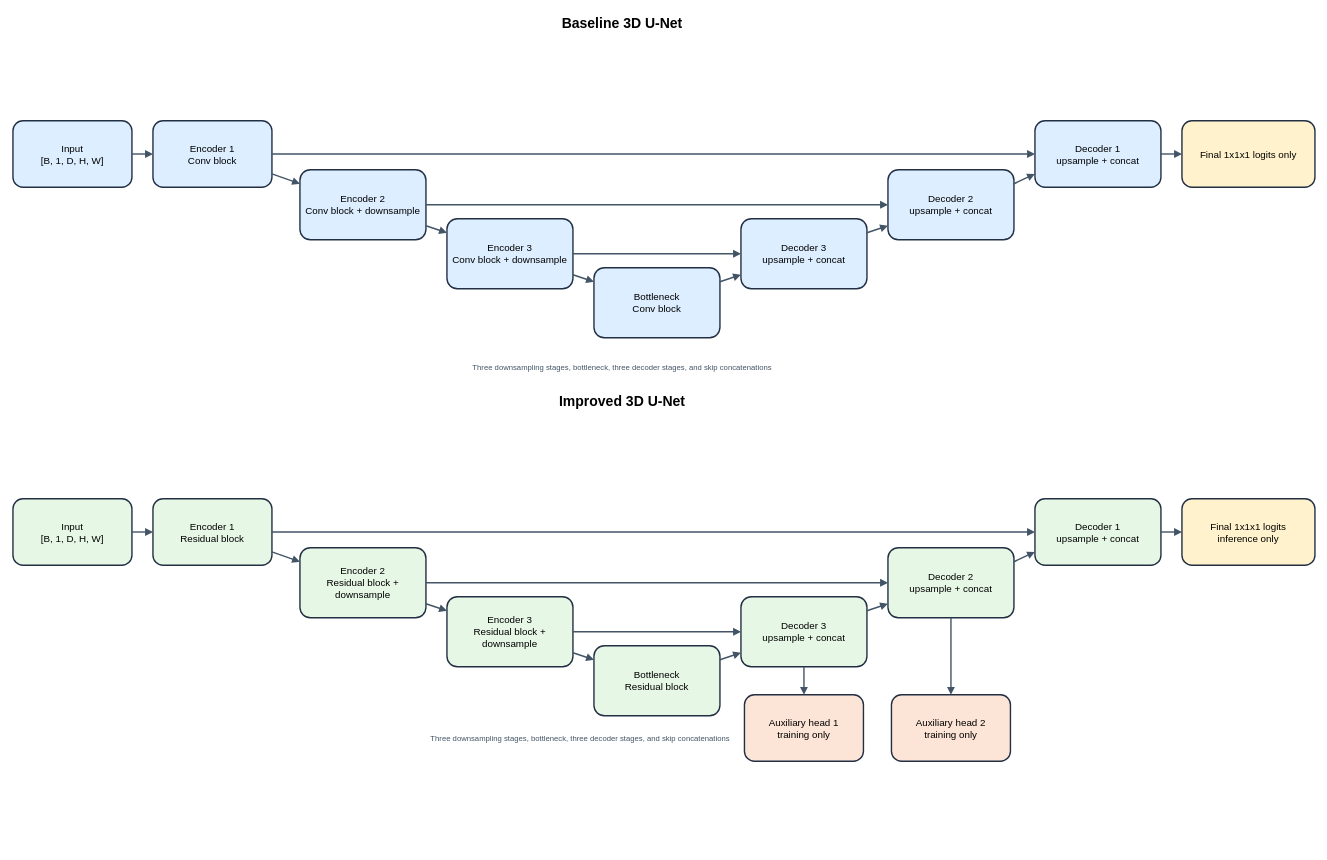
Earlier version of the draw.io diagram docs/assets/model_architecture.drawio (Zeph1677/COMP3710-A1). Source tidied: cells renumbered, new cells numbered last; positions are measured from the earlier drawing's top-left corner, leaving out a move shared by most shapes. Both pictures are drawn from the tidied source at 70%, with x=0, y=0 at pixel (13, 12).
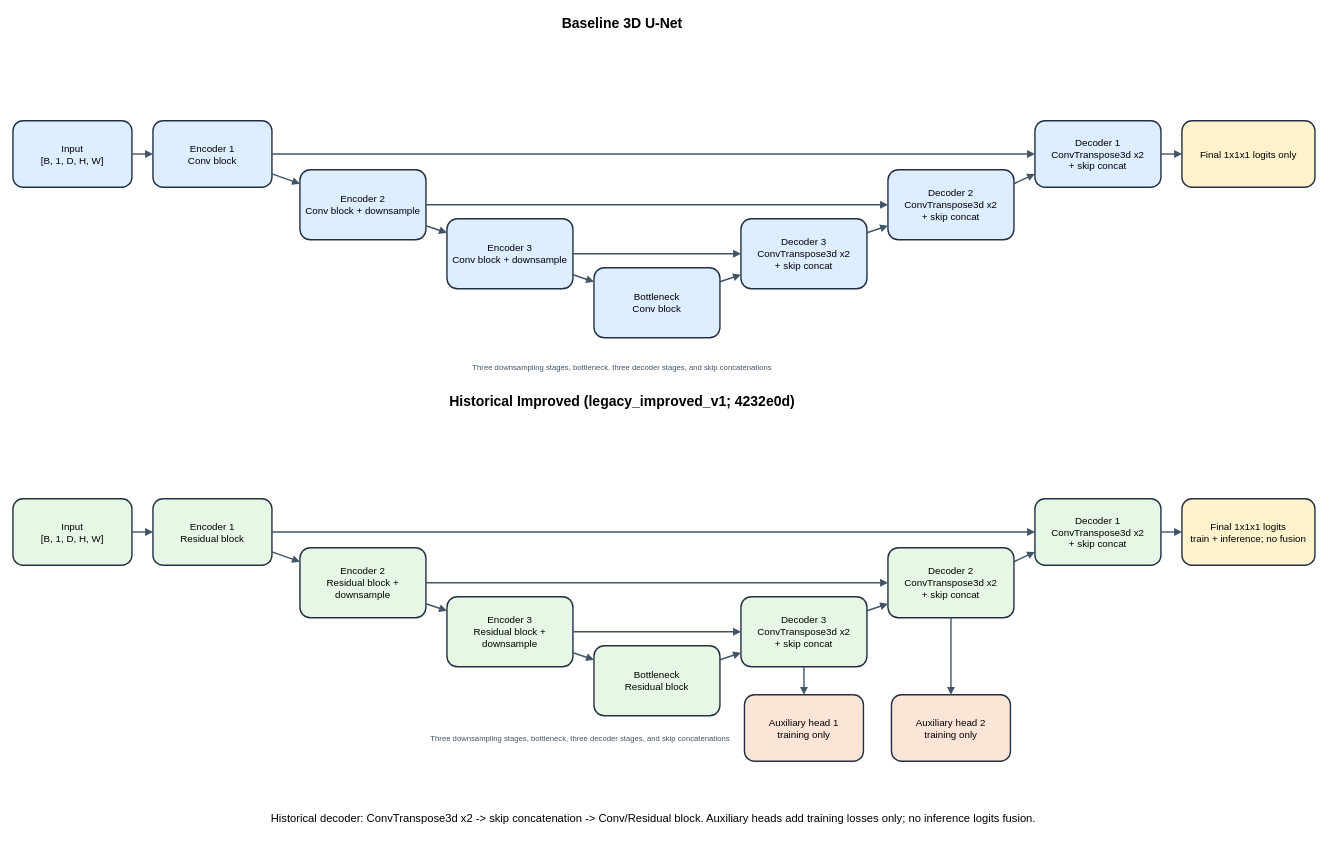
The same page after the edit.

The edit, as a diff of the source:
```diff
@@
     <mxCell id="2" value="Baseline 3D U-Net" style="text;html=1;align=center;verticalAlign=middle;fontSize=20;fontStyle=1;" parent="1" vertex="1">
-      <mxGeometry x="670" width="400" height="30" as="geometry" />
+      <mxGeometry x="120" width="1500" height="30" as="geometry" />
     </mxCell>
@@
-    <mxCell id="9" value="Decoder 3&lt;br&gt;upsample + concat" style="rounded=1;whiteSpace=wrap;html=1;fillColor=#DCEEFF;strokeColor=#233044;strokeWidth=2;fontSize=14;align=center;verticalAlign=middle;" parent="1" vertex="1">
+    <mxCell id="9" value="Decoder 3&lt;br&gt;ConvTranspose3d x2&lt;br&gt;+ skip concat" style="rounded=1;whiteSpace=wrap;html=1;fillColor=#DCEEFF;strokeColor=#233044;strokeWidth=2;fontSize=14;align=center;verticalAlign=middle;" parent="1" vertex="1">
       <mxGeometry x="1040" y="295" width="180" height="100" as="geometry" />
     </mxCell>
-    <mxCell id="10" value="Decoder 2&lt;br&gt;upsample + concat" style="rounded=1;whiteSpace=wrap;html=1;fillColor=#DCEEFF;strokeColor=#233044;strokeWidth=2;fontSize=14;align=center;verticalAlign=middle;" parent="1" vertex="1">
+    <mxCell id="10" value="Decoder 2&lt;br&gt;ConvTranspose3d x2&lt;br&gt;+ skip concat" style="rounded=1;whiteSpace=wrap;html=1;fillColor=#DCEEFF;strokeColor=#233044;strokeWidth=2;fontSize=14;align=center;verticalAlign=middle;" parent="1" vertex="1">
       <mxGeometry x="1250" y="225" width="180" height="100" as="geometry" />
     </mxCell>
-    <mxCell id="11" value="Decoder 1&lt;br&gt;upsample + concat" style="rounded=1;whiteSpace=wrap;html=1;fillColor=#DCEEFF;strokeColor=#233044;strokeWidth=2;fontSize=14;align=center;verticalAlign=middle;" parent="1" vertex="1">
+    <mxCell id="11" value="Decoder 1&lt;br&gt;ConvTranspose3d x2&lt;br&gt;+ skip concat" style="rounded=1;whiteSpace=wrap;html=1;fillColor=#DCEEFF;strokeColor=#233044;strokeWidth=2;fontSize=14;align=center;verticalAlign=middle;" parent="1" vertex="1">
       <mxGeometry x="1460" y="155" width="180" height="95" as="geometry" />
     </mxCell>
@@
-    <mxCell id="13" value="Improved 3D U-Net" style="text;html=1;align=center;verticalAlign=middle;fontSize=20;fontStyle=1;" parent="1" vertex="1">
-      <mxGeometry x="670" y="540" width="400" height="30" as="geometry" />
+    <mxCell id="13" value="Historical Improved (legacy_improved_v1; 4232e0d)" style="text;html=1;align=center;verticalAlign=middle;fontSize=20;fontStyle=1;" parent="1" vertex="1">
+      <mxGeometry x="120" y="540" width="1500" height="30" as="geometry" />
     </mxCell>
@@
-    <mxCell id="20" value="Decoder 3&lt;br&gt;upsample + concat" style="rounded=1;whiteSpace=wrap;html=1;fillColor=#E7F7E5;strokeColor=#233044;strokeWidth=2;fontSize=14;align=center;verticalAlign=middle;" parent="1" vertex="1">
+    <mxCell id="20" value="Decoder 3&lt;br&gt;ConvTranspose3d x2&lt;br&gt;+ skip concat" style="rounded=1;whiteSpace=wrap;html=1;fillColor=#E7F7E5;strokeColor=#233044;strokeWidth=2;fontSize=14;align=center;verticalAlign=middle;" parent="1" vertex="1">
       <mxGeometry x="1040" y="835" width="180" height="100" as="geometry" />
     </mxCell>
-    <mxCell id="21" value="Decoder 2&lt;br&gt;upsample + concat" style="rounded=1;whiteSpace=wrap;html=1;fillColor=#E7F7E5;strokeColor=#233044;strokeWidth=2;fontSize=14;align=center;verticalAlign=middle;" parent="1" vertex="1">
+    <mxCell id="21" value="Decoder 2&lt;br&gt;ConvTranspose3d x2&lt;br&gt;+ skip concat" style="rounded=1;whiteSpace=wrap;html=1;fillColor=#E7F7E5;strokeColor=#233044;strokeWidth=2;fontSize=14;align=center;verticalAlign=middle;" parent="1" vertex="1">
       <mxGeometry x="1250" y="765" width="180" height="100" as="geometry" />
     </mxCell>
-    <mxCell id="22" value="Decoder 1&lt;br&gt;upsample + concat" style="rounded=1;whiteSpace=wrap;html=1;fillColor=#E7F7E5;strokeColor=#233044;strokeWidth=2;fontSize=14;align=center;verticalAlign=middle;" parent="1" vertex="1">
+    <mxCell id="22" value="Decoder 1&lt;br&gt;ConvTranspose3d x2&lt;br&gt;+ skip concat" style="rounded=1;whiteSpace=wrap;html=1;fillColor=#E7F7E5;strokeColor=#233044;strokeWidth=2;fontSize=14;align=center;verticalAlign=middle;" parent="1" vertex="1">
       <mxGeometry x="1460" y="695" width="180" height="95" as="geometry" />
     </mxCell>
-    <mxCell id="23" value="Final 1x1x1 logits&lt;br&gt;inference only" style="rounded=1;whiteSpace=wrap;html=1;fillColor=#FFF2CC;strokeColor=#233044;strokeWidth=2;fontSize=14;align=center;verticalAlign=middle;" parent="1" vertex="1">
+    <mxCell id="23" value="Final 1x1x1 logits&lt;br&gt;train + inference; no fusion" style="rounded=1;whiteSpace=wrap;html=1;fillColor=#FFF2CC;strokeColor=#233044;strokeWidth=2;fontSize=14;align=center;verticalAlign=middle;" parent="1" vertex="1">
       <mxGeometry x="1670" y="695" width="190" height="95" as="geometry" />
     </mxCell>
@@
+    <mxCell id="50" value="Historical decoder: ConvTranspose3d x2 -&gt; skip concatenation -&gt; Conv/Residual block. Auxiliary heads add training losses only; no inference logits fusion." style="text;html=1;fontSize=16;align=center;whiteSpace=wrap;" parent="1" vertex="1">
+      <mxGeometry x="30" y="1135" width="1770" height="60" as="geometry" />
+    </mxCell>
```
